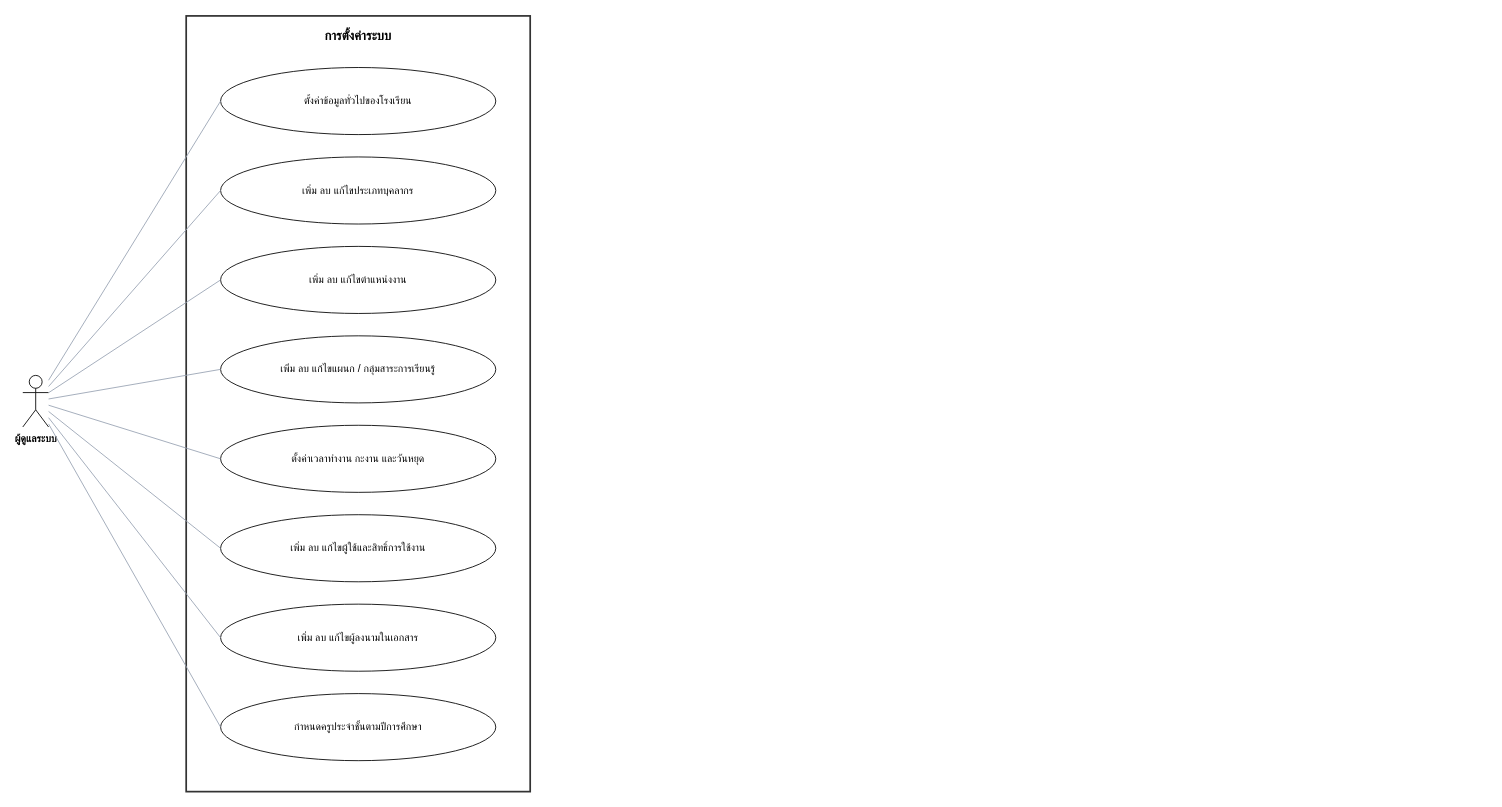
Before: page "การตั้งค่าระบบ (ใส่เล่ม)" (3 of 6) of materials/doc/usecase-care.drawio in RealTiraqmisu/SchoolDark, a draw.io diagram. Source tidied: cells renumbered, new cells numbered last; positions are measured from the earlier drawing's top-left corner, leaving out a move shared by most shapes. Both pictures are drawn from the tidied source at 86%, with x=0, y=0 at pixel (22, 15).
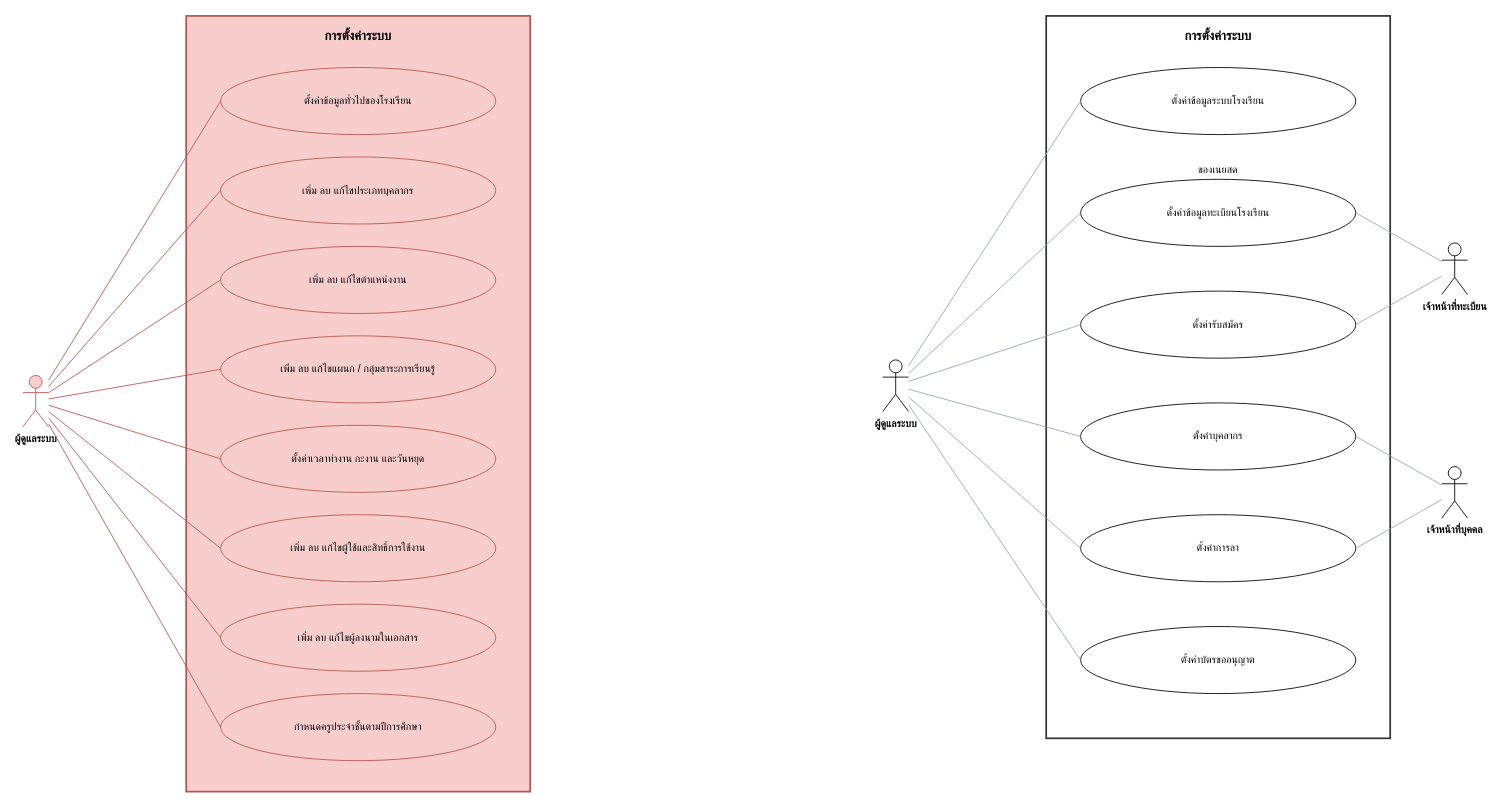
Above is the later version.

The edit, as a diff of the source:
```diff
@@
-    <mxCell id="2" value="การตั้งค่าระบบ" style="rounded=0;whiteSpace=wrap;html=1;verticalAlign=top;align=center;fontStyle=1;fontSize=15;fillColor=none;strokeColor=#333333;strokeWidth=2;spacingTop=8;" parent="1" vertex="1">
+    <mxCell id="2" value="การตั้งค่าระบบ" style="rounded=0;whiteSpace=wrap;html=1;verticalAlign=top;align=center;fontStyle=1;fontSize=15;fillColor=#f8cecc;strokeColor=#b85450;strokeWidth=2;spacingTop=8;" parent="1" vertex="1">
       <mxGeometry x="190" width="400" height="902" as="geometry" />
     </mxCell>
-    <mxCell id="3" value="ตั้งค่าข้อมูลทั่วไปของโรงเรียน" style="ellipse;whiteSpace=wrap;html=1;fontSize=12;spacing=10;" parent="1" vertex="1">
+    <mxCell id="3" value="ตั้งค่าข้อมูลทั่วไปของโรงเรียน" style="ellipse;whiteSpace=wrap;html=1;fontSize=12;spacing=10;fillColor=#f8cecc;strokeColor=#b85450;" parent="1" vertex="1">
       <mxGeometry x="230" y="60" width="320" height="78" as="geometry" />
     </mxCell>
-    <mxCell id="4" value="&lt;span style=&quot;color: rgb(0, 0, 0);&quot;&gt;เพิ่ม ลบ แก้ไข&lt;/span&gt;ประเภทบุคลากร" style="ellipse;whiteSpace=wrap;html=1;fontSize=12;spacing=10;" parent="1" vertex="1">
+    <mxCell id="4" value="&lt;span style=&quot;color: rgb(0, 0, 0);&quot;&gt;เพิ่ม ลบ แก้ไข&lt;/span&gt;ประเภทบุคลากร" style="ellipse;whiteSpace=wrap;html=1;fontSize=12;spacing=10;fillColor=#f8cecc;strokeColor=#b85450;" parent="1" vertex="1">
       <mxGeometry x="230" y="164" width="320" height="78" as="geometry" />
     </mxCell>
-    <mxCell id="5" value="&lt;span style=&quot;color: rgb(0, 0, 0);&quot;&gt;เพิ่ม ลบ แก้ไข&lt;/span&gt;ตำแหน่งงาน" style="ellipse;whiteSpace=wrap;html=1;fontSize=12;spacing=10;" parent="1" vertex="1">
+    <mxCell id="5" value="&lt;span style=&quot;color: rgb(0, 0, 0);&quot;&gt;เพิ่ม ลบ แก้ไข&lt;/span&gt;ตำแหน่งงาน" style="ellipse;whiteSpace=wrap;html=1;fontSize=12;spacing=10;fillColor=#f8cecc;strokeColor=#b85450;" parent="1" vertex="1">
       <mxGeometry x="230" y="268" width="320" height="78" as="geometry" />
     </mxCell>
-    <mxCell id="6" value="&lt;span style=&quot;color: rgb(0, 0, 0);&quot;&gt;เพิ่ม ลบ แก้ไข&lt;/span&gt;แผนก / กลุ่มสาระการเรียนรู้" style="ellipse;whiteSpace=wrap;html=1;fontSize=12;spacing=10;" parent="1" vertex="1">
+    <mxCell id="6" value="&lt;span style=&quot;color: rgb(0, 0, 0);&quot;&gt;เพิ่ม ลบ แก้ไข&lt;/span&gt;แผนก / กลุ่มสาระการเรียนรู้" style="ellipse;whiteSpace=wrap;html=1;fontSize=12;spacing=10;fillColor=#f8cecc;strokeColor=#b85450;" parent="1" vertex="1">
       <mxGeometry x="230" y="372" width="320" height="78" as="geometry" />
     </mxCell>
-    <mxCell id="7" value="ตั้งค่าเวลาทำงาน กะงาน และวันหยุด" style="ellipse;whiteSpace=wrap;html=1;fontSize=12;spacing=10;" parent="1" vertex="1">
+    <mxCell id="7" value="ตั้งค่าเวลาทำงาน กะงาน และวันหยุด" style="ellipse;whiteSpace=wrap;html=1;fontSize=12;spacing=10;fillColor=#f8cecc;strokeColor=#b85450;" parent="1" vertex="1">
       <mxGeometry x="230" y="476" width="320" height="78" as="geometry" />
     </mxCell>
-    <mxCell id="8" value="&lt;span style=&quot;color: rgb(0, 0, 0);&quot;&gt;เพิ่ม ลบ แก้ไข&lt;/span&gt;ผู้ใช้และสิทธิ์การใช้งาน" style="ellipse;whiteSpace=wrap;html=1;fontSize=12;spacing=10;" parent="1" vertex="1">
+    <mxCell id="8" value="&lt;span style=&quot;color: rgb(0, 0, 0);&quot;&gt;เพิ่ม ลบ แก้ไข&lt;/span&gt;ผู้ใช้และสิทธิ์การใช้งาน" style="ellipse;whiteSpace=wrap;html=1;fontSize=12;spacing=10;fillColor=#f8cecc;strokeColor=#b85450;" parent="1" vertex="1">
       <mxGeometry x="230" y="580" width="320" height="78" as="geometry" />
     </mxCell>
-    <mxCell id="9" value="เพิ่ม ลบ แก้ไขผู้ลงนามในเอกสาร" style="ellipse;whiteSpace=wrap;html=1;fontSize=12;spacing=10;" parent="1" vertex="1">
+    <mxCell id="9" value="เพิ่ม ลบ แก้ไขผู้ลงนามในเอกสาร" style="ellipse;whiteSpace=wrap;html=1;fontSize=12;spacing=10;fillColor=#f8cecc;strokeColor=#b85450;" parent="1" vertex="1">
       <mxGeometry x="230" y="684" width="320" height="78" as="geometry" />
     </mxCell>
-    <mxCell id="10" value="กำหนดครูประจำชั้นตามปีการศึกษา" style="ellipse;whiteSpace=wrap;html=1;fontSize=12;spacing=10;" parent="1" vertex="1">
+    <mxCell id="10" value="กำหนดครูประจำชั้นตามปีการศึกษา" style="ellipse;whiteSpace=wrap;html=1;fontSize=12;spacing=10;fillColor=#f8cecc;strokeColor=#b85450;" parent="1" vertex="1">
       <mxGeometry x="230" y="788" width="320" height="78" as="geometry" />
     </mxCell>
-    <mxCell id="11" value="ผู้ดูแลระบบ" style="shape=umlActor;verticalLabelPosition=bottom;verticalAlign=top;html=1;outlineConnect=0;whiteSpace=nowrap;fontSize=12;fontStyle=1;" parent="1" vertex="1">
+    <mxCell id="11" value="ผู้ดูแลระบบ" style="shape=umlActor;verticalLabelPosition=bottom;verticalAlign=top;html=1;outlineConnect=0;whiteSpace=nowrap;fontSize=12;fontStyle=1;fillColor=#f8cecc;strokeColor=#b85450;" parent="1" vertex="1">
       <mxGeometry y="418" width="30" height="60" as="geometry" />
     </mxCell>
-    <mxCell id="12" style="endArrow=none;html=1;strokeColor=#98a2b3;entryX=0;entryY=0.5;entryDx=0;entryDy=0;" parent="1" edge="1" source="11" target="3">
+    <mxCell id="12" style="endArrow=none;html=1;strokeColor=#b85450;entryX=0;entryY=0.5;entryDx=0;entryDy=0;fillColor=#f8cecc;" parent="1" edge="1" source="11" target="3">
       <mxGeometry relative="1" as="geometry" />
     </mxCell>
-    <mxCell id="13" style="endArrow=none;html=1;strokeColor=#98a2b3;entryX=0;entryY=0.5;entryDx=0;entryDy=0;" parent="1" edge="1" source="11" target="4">
+    <mxCell id="13" style="endArrow=none;html=1;strokeColor=#b85450;entryX=0;entryY=0.5;entryDx=0;entryDy=0;fillColor=#f8cecc;" parent="1" edge="1" source="11" target="4">
       <mxGeometry relative="1" as="geometry" />
     </mxCell>
-    <mxCell id="14" style="endArrow=none;html=1;strokeColor=#98a2b3;entryX=0;entryY=0.5;entryDx=0;entryDy=0;" parent="1" edge="1" source="11" target="5">
+    <mxCell id="14" style="endArrow=none;html=1;strokeColor=#b85450;entryX=0;entryY=0.5;entryDx=0;entryDy=0;fillColor=#f8cecc;" parent="1" edge="1" source="11" target="5">
       <mxGeometry relative="1" as="geometry" />
     </mxCell>
-    <mxCell id="15" style="endArrow=none;html=1;strokeColor=#98a2b3;entryX=0;entryY=0.5;entryDx=0;entryDy=0;" parent="1" edge="1" source="11" target="6">
+    <mxCell id="15" style="endArrow=none;html=1;strokeColor=#b85450;entryX=0;entryY=0.5;entryDx=0;entryDy=0;fillColor=#f8cecc;" parent="1" edge="1" source="11" target="6">
       <mxGeometry relative="1" as="geometry" />
     </mxCell>
-    <mxCell id="16" style="endArrow=none;html=1;strokeColor=#98a2b3;entryX=0;entryY=0.5;entryDx=0;entryDy=0;" parent="1" edge="1" source="11" target="7">
+    <mxCell id="16" style="endArrow=none;html=1;strokeColor=#b85450;entryX=0;entryY=0.5;entryDx=0;entryDy=0;fillColor=#f8cecc;" parent="1" edge="1" source="11" target="7">
       <mxGeometry relative="1" as="geometry" />
     </mxCell>
-    <mxCell id="17" style="endArrow=none;html=1;strokeColor=#98a2b3;entryX=0;entryY=0.5;entryDx=0;entryDy=0;" parent="1" edge="1" source="11" target="8">
+    <mxCell id="17" style="endArrow=none;html=1;strokeColor=#b85450;entryX=0;entryY=0.5;entryDx=0;entryDy=0;fillColor=#f8cecc;" parent="1" edge="1" source="11" target="8">
       <mxGeometry relative="1" as="geometry" />
     </mxCell>
-    <mxCell id="18" style="endArrow=none;html=1;strokeColor=#98a2b3;entryX=0;entryY=0.5;entryDx=0;entryDy=0;" parent="1" edge="1" source="11" target="9">
+    <mxCell id="18" style="endArrow=none;html=1;strokeColor=#b85450;entryX=0;entryY=0.5;entryDx=0;entryDy=0;fillColor=#f8cecc;" parent="1" edge="1" source="11" target="9">
       <mxGeometry relative="1" as="geometry" />
     </mxCell>
-    <mxCell id="19" style="endArrow=none;html=1;strokeColor=#98a2b3;entryX=0;entryY=0.5;entryDx=0;entryDy=0;" parent="1" edge="1" source="11" target="10">
+    <mxCell id="19" style="endArrow=none;html=1;strokeColor=#b85450;entryX=0;entryY=0.5;entryDx=0;entryDy=0;fillColor=#f8cecc;" parent="1" edge="1" source="11" target="10">
       <mxGeometry relative="1" as="geometry" />
     </mxCell>
+    <mxCell id="20" value="การตั้งค่าระบบ" style="rounded=0;whiteSpace=wrap;html=1;verticalAlign=top;align=center;fontStyle=1;fontSize=15;fillColor=none;strokeColor=#333333;strokeWidth=2;spacingTop=8;" parent="1" vertex="1">
+      <mxGeometry x="1190" width="400" height="840" as="geometry" />
+    </mxCell>
+    <mxCell id="21" value="ตั้งค่าข้อมูลระบบโรงเรียน" style="ellipse;whiteSpace=wrap;html=1;fontSize=12;spacing=10;" parent="1" vertex="1">
+      <mxGeometry x="1230" y="60" width="320" height="78" as="geometry" />
+    </mxCell>
+    <mxCell id="22" value="ตั้งค่าข้อมูลทะเบียนโรงเรียน" style="ellipse;whiteSpace=wrap;html=1;fontSize=12;spacing=10;" parent="1" vertex="1">
+      <mxGeometry x="1230" y="190" width="320" height="78" as="geometry" />
+    </mxCell>
+    <mxCell id="23" value="ตั้งค่ารับสมัคร" style="ellipse;whiteSpace=wrap;html=1;fontSize=12;spacing=10;" parent="1" vertex="1">
+      <mxGeometry x="1230" y="320" width="320" height="78" as="geometry" />
+    </mxCell>
+    <mxCell id="24" value="ตั้งค่าบุคลากร" style="ellipse;whiteSpace=wrap;html=1;fontSize=12;spacing=10;" parent="1" vertex="1">
+      <mxGeometry x="1230" y="450" width="320" height="78" as="geometry" />
+    </mxCell>
+    <mxCell id="25" value="ตั้งค่าการลา" style="ellipse;whiteSpace=wrap;html=1;fontSize=12;spacing=10;" parent="1" vertex="1">
+      <mxGeometry x="1230" y="580" width="320" height="78" as="geometry" />
+    </mxCell>
+    <mxCell id="26" value="ตั้งค่าบัตรขออนุญาต" style="ellipse;whiteSpace=wrap;html=1;fontSize=12;spacing=10;" parent="1" vertex="1">
+      <mxGeometry x="1230" y="710" width="320" height="78" as="geometry" />
+    </mxCell>
+    <mxCell id="27" value="ผู้ดูแลระบบ" style="shape=umlActor;verticalLabelPosition=bottom;verticalAlign=top;html=1;outlineConnect=0;whiteSpace=nowrap;fontSize=12;fontStyle=1;" parent="1" vertex="1">
+      <mxGeometry x="1000" y="400" width="30" height="60" as="geometry" />
+    </mxCell>
+    <mxCell id="28" value="เจ้าหน้าที่ทะเบียน" style="shape=umlActor;verticalLabelPosition=bottom;verticalAlign=top;html=1;outlineConnect=0;whiteSpace=nowrap;fontSize=12;fontStyle=1;" parent="1" vertex="1">
+      <mxGeometry x="1650" y="264" width="30" height="60" as="geometry" />
+    </mxCell>
+    <mxCell id="29" value="เจ้าหน้าที่บุคคล" style="shape=umlActor;verticalLabelPosition=bottom;verticalAlign=top;html=1;outlineConnect=0;whiteSpace=nowrap;fontSize=12;fontStyle=1;" parent="1" vertex="1">
+      <mxGeometry x="1650" y="524" width="30" height="60" as="geometry" />
+    </mxCell>
+    <mxCell id="30" style="endArrow=none;html=1;strokeColor=#98a2b3;entryX=0;entryY=0.5;entryDx=0;entryDy=0;" parent="1" edge="1" source="27" target="21">
+      <mxGeometry relative="1" as="geometry" />
+    </mxCell>
+    <mxCell id="31" style="endArrow=none;html=1;strokeColor=#98a2b3;entryX=0;entryY=0.5;entryDx=0;entryDy=0;" parent="1" edge="1" source="27" target="22">
+      <mxGeometry relative="1" as="geometry" />
+    </mxCell>
+    <mxCell id="32" style="endArrow=none;html=1;strokeColor=#98a2b3;entryX=0;entryY=0.5;entryDx=0;entryDy=0;" parent="1" edge="1" source="27" target="23">
+      <mxGeometry relative="1" as="geometry" />
+    </mxCell>
+    <mxCell id="33" style="endArrow=none;html=1;strokeColor=#98a2b3;entryX=0;entryY=0.5;entryDx=0;entryDy=0;" parent="1" edge="1" source="27" target="24">
+      <mxGeometry relative="1" as="geometry" />
+    </mxCell>
+    <mxCell id="34" style="endArrow=none;html=1;strokeColor=#98a2b3;entryX=0;entryY=0.5;entryDx=0;entryDy=0;" parent="1" edge="1" source="27" target="25">
+      <mxGeometry relative="1" as="geometry" />
+    </mxCell>
+    <mxCell id="35" style="endArrow=none;html=1;strokeColor=#98a2b3;entryX=0;entryY=0.5;entryDx=0;entryDy=0;" parent="1" edge="1" source="27" target="26">
+      <mxGeometry relative="1" as="geometry" />
+    </mxCell>
+    <mxCell id="36" style="endArrow=none;html=1;strokeColor=#98a2b3;entryX=1;entryY=0.5;entryDx=0;entryDy=0;" parent="1" edge="1" source="28" target="22">
+      <mxGeometry relative="1" as="geometry" />
+    </mxCell>
+    <mxCell id="37" style="endArrow=none;html=1;strokeColor=#98a2b3;entryX=1;entryY=0.5;entryDx=0;entryDy=0;" parent="1" edge="1" source="28" target="23">
+      <mxGeometry relative="1" as="geometry" />
+    </mxCell>
+    <mxCell id="38" style="endArrow=none;html=1;strokeColor=#98a2b3;entryX=1;entryY=0.5;entryDx=0;entryDy=0;" parent="1" edge="1" source="29" target="24">
+      <mxGeometry relative="1" as="geometry" />
+    </mxCell>
+    <mxCell id="39" style="endArrow=none;html=1;strokeColor=#98a2b3;entryX=1;entryY=0.5;entryDx=0;entryDy=0;" parent="1" edge="1" source="29" target="25">
+      <mxGeometry relative="1" as="geometry" />
+    </mxCell>
+    <mxCell id="40" value="ของเนยสด" style="text;html=1;whiteSpace=wrap;strokeColor=none;fillColor=none;align=center;verticalAlign=middle;rounded=0;" parent="1" vertex="1">
+      <mxGeometry x="1360" y="164" width="60" height="30" as="geometry" />
+    </mxCell>
```
